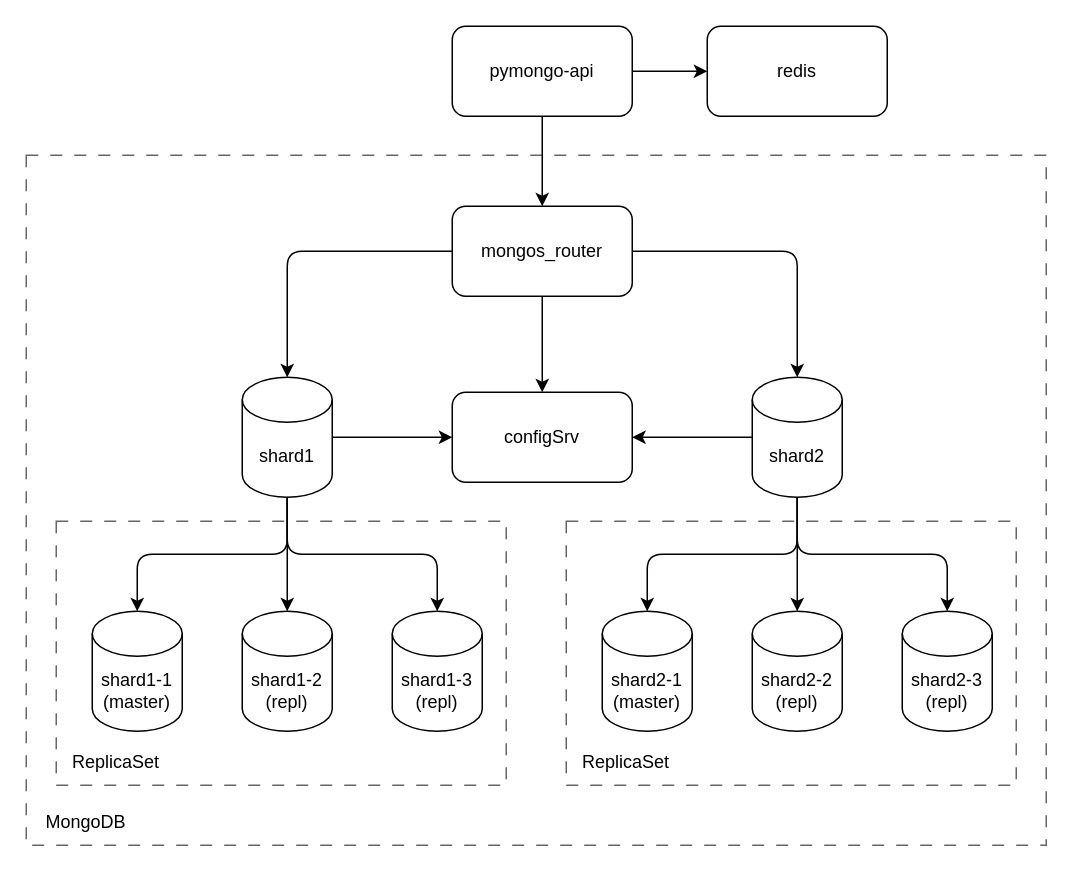
Above: schemas/3-cache.drawio in invinciblewest/architecture-black_friday (draw.io), before the change. Source tidied: cells renumbered, new cells numbered last; positions are measured from the earlier drawing's top-left corner, leaving out a move shared by most shapes. Both pictures are drawn from the tidied source at 150%, with x=0, y=0 at pixel (26, 26).
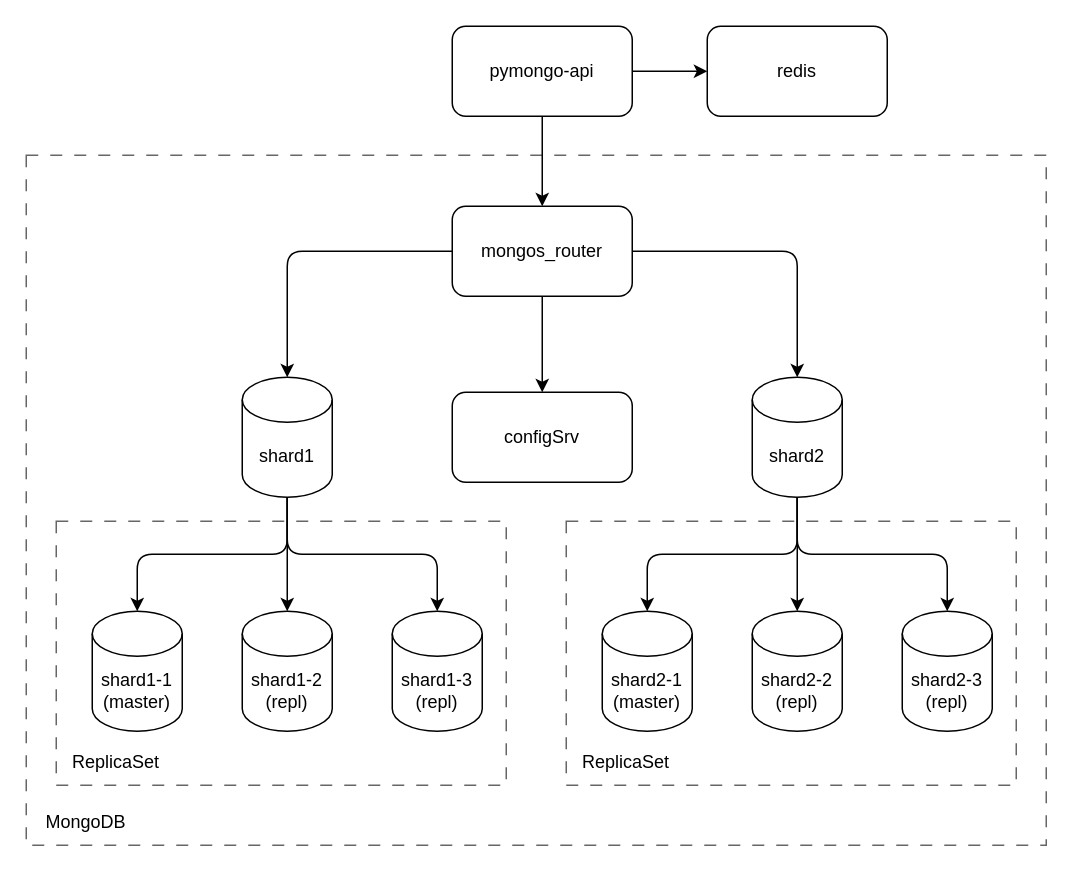
After the change.

Commit message (it also covers changes not shown here):
task 3 - replica (schemas fix)

The change refers to these unchanged cells:
```xml
<mxCell id="8" value="configSrv" style="rounded=1;whiteSpace=wrap;html=1;" parent="1" vertex="1">
  <mxGeometry x="284" y="244" width="120" height="60" as="geometry" />
</mxCell>
<mxCell id="12" value="shard1" style="shape=cylinder3;whiteSpace=wrap;html=1;boundedLbl=1;backgroundOutline=1;size=15;" parent="1" vertex="1">
  <mxGeometry x="144" y="234" width="60" height="80" as="geometry" />
</mxCell>
<mxCell id="15" value="shard2" style="shape=cylinder3;whiteSpace=wrap;html=1;boundedLbl=1;backgroundOutline=1;size=15;" parent="1" vertex="1">
  <mxGeometry x="484" y="234" width="60" height="80" as="geometry" />
</mxCell>
```

The edit, as a diff of the source:
```diff
@@
-    <mxCell id="9" style="edgeStyle=orthogonalEdgeStyle;rounded=1;jettySize=auto;html=1;exitX=1;exitY=0.5;exitDx=0;exitDy=0;exitPerimeter=0;entryX=0;entryY=0.5;entryDx=0;entryDy=0;curved=0;" parent="1" edge="1" source="12" target="8">
-      <mxGeometry relative="1" as="geometry" />
-    </mxCell>
@@
-    <mxCell id="13" style="edgeStyle=orthogonalEdgeStyle;rounded=1;jettySize=auto;html=1;exitX=0;exitY=0.5;exitDx=0;exitDy=0;exitPerimeter=0;entryX=1;entryY=0.5;entryDx=0;entryDy=0;curved=0;" parent="1" edge="1" source="15" target="8">
-      <mxGeometry relative="1" as="geometry" />
-    </mxCell>
```
